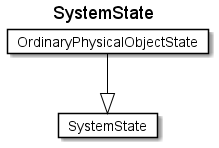
Earlier version of the PlantUML export fragments/diagrams/SystemState.png (rtigran/rdf2adoc).
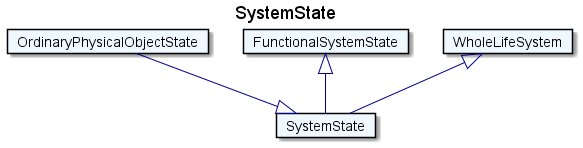
After the change.

The edit, as a diff of the source:
```diff
@@ -1,11 +1,19 @@
 @startuml
 Title SystemState
 
-Card SystemState #fff [
+Card SystemState #F0F8FF [
 SystemState
 ]
-Card OrdinaryPhysicalObjectState #fff [
+Card OrdinaryPhysicalObjectState #F0F8FF [
 OrdinaryPhysicalObjectState
 ]
-OrdinaryPhysicalObjectState --|> SystemState  #000
+OrdinaryPhysicalObjectState --|> SystemState  #00008B
+Card FunctionalSystemState #F0F8FF [
+FunctionalSystemState
+]
+FunctionalSystemState <|-- SystemState  #00008B
+Card WholeLifeSystem #F0F8FF [
+WholeLifeSystem
+]
+WholeLifeSystem <|-- SystemState  #00008B
 @enduml
```
